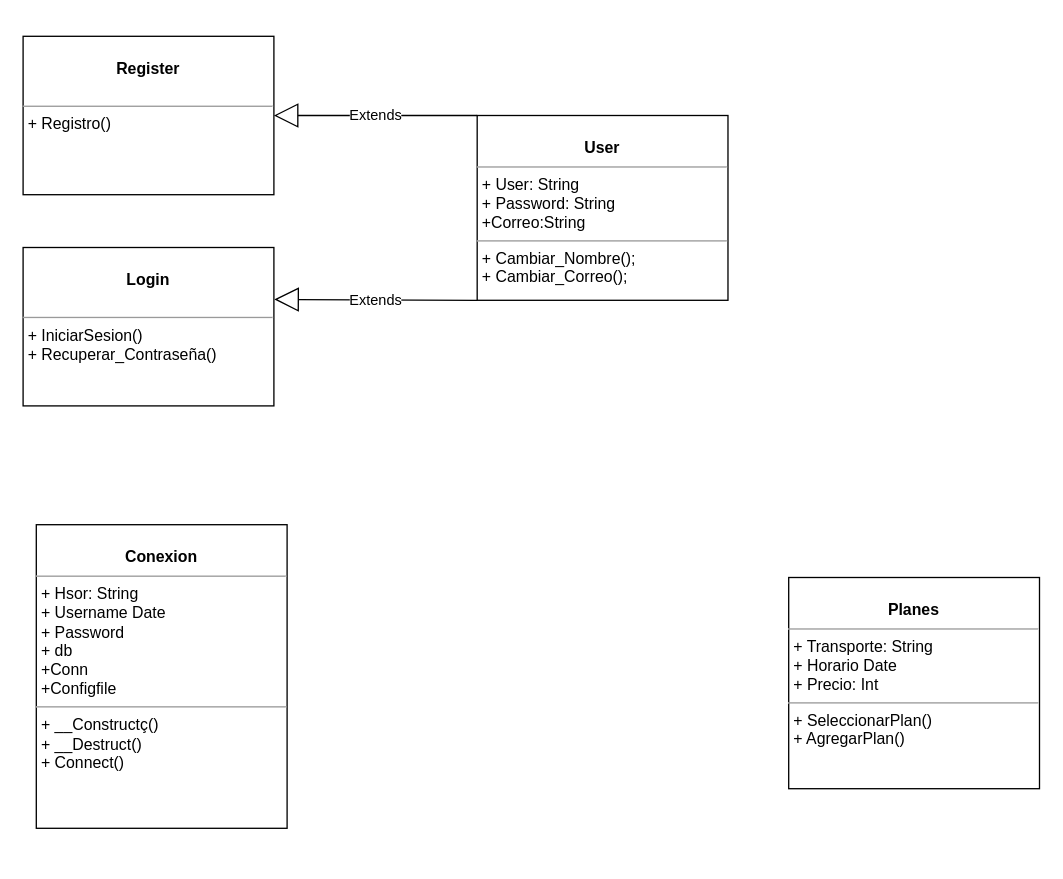
This is Documents/Diagrams/DiagramaClase.drawio from marc4919/Proyecto-Integrado, a draw.io file, before an edit. Source tidied: cells renumbered, new cells numbered last; positions are measured from the earlier drawing's top-left corner, leaving out a move shared by most shapes. Both pictures are drawn from the tidied source at 132%, with x=0, y=0 at pixel (22, 36).
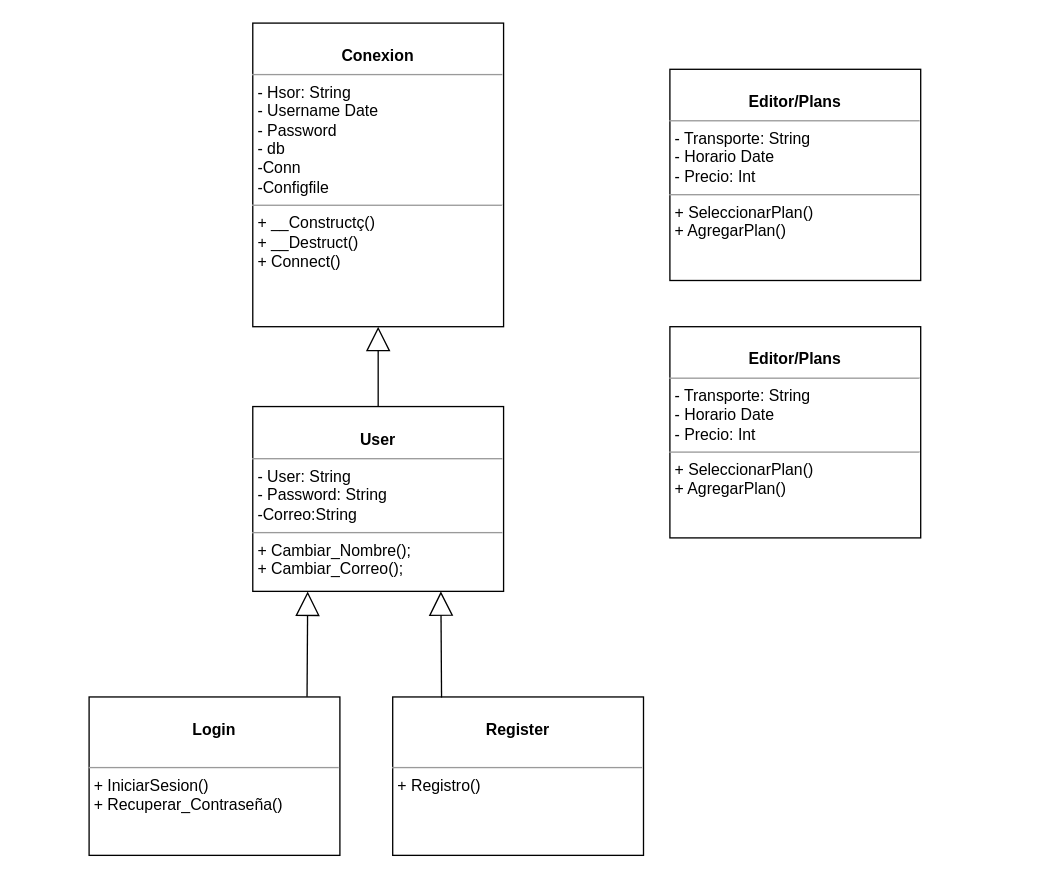
Above is the later version.

Commit message:
Cambio clase

The edit, as a diff of the source:
```diff
@@
 <mxGraphModel>
   <root>
     <mxCell id="0" />
     <mxCell id="1" parent="0" />
     <mxCell id="2" value="&lt;p style=&quot;margin: 0px ; margin-top: 4px ; text-align: center&quot;&gt;&lt;br&gt;&lt;b&gt;Login&lt;/b&gt;&lt;/p&gt;&lt;p style=&quot;margin: 0px ; margin-left: 4px&quot;&gt;&lt;br&gt;&lt;/p&gt;&lt;hr size=&quot;1&quot;&gt;&lt;p style=&quot;margin: 0px ; margin-left: 4px&quot;&gt;+ IniciarSesion()&lt;br&gt;+ Recuperar_Contraseña()&lt;/p&gt;" style="verticalAlign=top;align=left;overflow=fill;fontSize=12;fontFamily=Helvetica;html=1;" parent="1" vertex="1">
-      <mxGeometry y="160" width="190" height="120" as="geometry" />
+      <mxGeometry x="50" y="500.5" width="190" height="120" as="geometry" />
     </mxCell>
     <mxCell id="3" value="&lt;p style=&quot;margin: 0px ; margin-top: 4px ; text-align: center&quot;&gt;&lt;br&gt;&lt;b&gt;Register&lt;/b&gt;&lt;/p&gt;&lt;p style=&quot;margin: 0px ; margin-left: 4px&quot;&gt;&lt;br&gt;&lt;/p&gt;&lt;hr size=&quot;1&quot;&gt;&lt;p style=&quot;margin: 0px ; margin-left: 4px&quot;&gt;+ Registro()&lt;br&gt;&lt;/p&gt;" style="verticalAlign=top;align=left;overflow=fill;fontSize=12;fontFamily=Helvetica;html=1;" parent="1" vertex="1">
-      <mxGeometry width="190" height="120" as="geometry" />
+      <mxGeometry x="280" y="500.5" width="190" height="120" as="geometry" />
     </mxCell>
-    <mxCell id="4" value="&lt;p style=&quot;margin: 0px ; margin-top: 4px ; text-align: center&quot;&gt;&lt;br&gt;&lt;b&gt;Planes&lt;/b&gt;&lt;/p&gt;&lt;hr size=&quot;1&quot;&gt;&lt;p style=&quot;margin: 0px ; margin-left: 4px&quot;&gt;+ Transporte: String&lt;br&gt;+ Horario Date&lt;/p&gt;&lt;p style=&quot;margin: 0px ; margin-left: 4px&quot;&gt;+ Precio: Int&lt;/p&gt;&lt;hr size=&quot;1&quot;&gt;&lt;p style=&quot;margin: 0px ; margin-left: 4px&quot;&gt;+ SeleccionarPlan()&lt;br&gt;+ AgregarPlan()&amp;nbsp;&lt;/p&gt;&lt;p style=&quot;margin: 0px ; margin-left: 4px&quot;&gt;&lt;br&gt;&lt;/p&gt;" style="verticalAlign=top;align=left;overflow=fill;fontSize=12;fontFamily=Helvetica;html=1;" parent="1" vertex="1">
-      <mxGeometry x="580" y="410" width="190" height="160" as="geometry" />
-    </mxCell>
-    <mxCell id="5" value="&lt;p style=&quot;margin: 0px ; margin-top: 4px ; text-align: center&quot;&gt;&lt;br&gt;&lt;b&gt;User&lt;/b&gt;&lt;/p&gt;&lt;hr size=&quot;1&quot;&gt;&lt;p style=&quot;margin: 0px ; margin-left: 4px&quot;&gt;+ User: String&lt;br&gt;+ Password: String&lt;/p&gt;&lt;p style=&quot;margin: 0px ; margin-left: 4px&quot;&gt;+Correo:String&lt;/p&gt;&lt;hr size=&quot;1&quot;&gt;&lt;p style=&quot;margin: 0px ; margin-left: 4px&quot;&gt;+ Cambiar_Nombre();&amp;nbsp;&lt;br&gt;+ Cambiar_Correo();&lt;/p&gt;" style="verticalAlign=top;align=left;overflow=fill;fontSize=12;fontFamily=Helvetica;html=1;" parent="1" vertex="1">
-      <mxGeometry x="344" y="60" width="190" height="140" as="geometry" />
+    <mxCell id="5" value="&lt;p style=&quot;margin: 0px ; margin-top: 4px ; text-align: center&quot;&gt;&lt;br&gt;&lt;b&gt;User&lt;/b&gt;&lt;/p&gt;&lt;hr size=&quot;1&quot;&gt;&lt;p style=&quot;margin: 0px ; margin-left: 4px&quot;&gt;- User: String&lt;br&gt;- Password: String&lt;/p&gt;&lt;p style=&quot;margin: 0px ; margin-left: 4px&quot;&gt;-Correo:String&lt;/p&gt;&lt;hr size=&quot;1&quot;&gt;&lt;p style=&quot;margin: 0px ; margin-left: 4px&quot;&gt;+ Cambiar_Nombre();&amp;nbsp;&lt;br&gt;+ Cambiar_Correo();&lt;/p&gt;" style="verticalAlign=top;align=left;overflow=fill;fontSize=12;fontFamily=Helvetica;html=1;" parent="1" vertex="1">
+      <mxGeometry x="174" y="280.5" width="190" height="140" as="geometry" />
     </mxCell>
-    <mxCell id="6" value="Extends" style="endArrow=block;endSize=16;endFill=0;html=1;entryX=1;entryY=0.5;entryDx=0;entryDy=0;exitX=0;exitY=0;exitDx=0;exitDy=0;" parent="1" edge="1" source="5" target="3">
-      <mxGeometry relative="1" as="geometry" />
-    </mxCell>
-    <mxCell id="7" value="Extends" style="endArrow=block;endSize=16;endFill=0;html=1;entryX=1.002;entryY=0.328;entryDx=0;entryDy=0;entryPerimeter=0;exitX=0;exitY=1;exitDx=0;exitDy=0;" parent="1" edge="1" source="5" target="2">
-      <mxGeometry relative="1" as="geometry" />
-    </mxCell>
-    <mxCell id="8" value="&lt;p style=&quot;margin: 0px ; margin-top: 4px ; text-align: center&quot;&gt;&lt;br&gt;&lt;b&gt;Conexion&lt;/b&gt;&lt;/p&gt;&lt;hr size=&quot;1&quot;&gt;&lt;p style=&quot;margin: 0px ; margin-left: 4px&quot;&gt;+ Hsor: String&lt;br&gt;+ Username Date&lt;/p&gt;&lt;p style=&quot;margin: 0px ; margin-left: 4px&quot;&gt;+ Password&lt;/p&gt;&lt;p style=&quot;margin: 0px ; margin-left: 4px&quot;&gt;+ db&lt;/p&gt;&lt;p style=&quot;margin: 0px ; margin-left: 4px&quot;&gt;+Conn&lt;/p&gt;&lt;p style=&quot;margin: 0px ; margin-left: 4px&quot;&gt;+Configfile&lt;/p&gt;&lt;hr size=&quot;1&quot;&gt;&lt;p style=&quot;margin: 0px ; margin-left: 4px&quot;&gt;+ __Constructç()&lt;br&gt;+ __Destruct()&lt;/p&gt;&lt;p style=&quot;margin: 0px ; margin-left: 4px&quot;&gt;+ Connect()&lt;/p&gt;&lt;p style=&quot;margin: 0px ; margin-left: 4px&quot;&gt;&lt;br&gt;&lt;/p&gt;" style="verticalAlign=top;align=left;overflow=fill;fontSize=12;fontFamily=Helvetica;html=1;" parent="1" vertex="1">
-      <mxGeometry x="10" y="370" width="190" height="230" as="geometry" />
+    <mxCell id="8" value="&lt;p style=&quot;margin: 0px ; margin-top: 4px ; text-align: center&quot;&gt;&lt;br&gt;&lt;b&gt;Conexion&lt;/b&gt;&lt;/p&gt;&lt;hr size=&quot;1&quot;&gt;&lt;p style=&quot;margin: 0px ; margin-left: 4px&quot;&gt;- Hsor: String&lt;br&gt;- Username Date&lt;/p&gt;&lt;p style=&quot;margin: 0px ; margin-left: 4px&quot;&gt;- Password&lt;/p&gt;&lt;p style=&quot;margin: 0px ; margin-left: 4px&quot;&gt;- db&lt;/p&gt;&lt;p style=&quot;margin: 0px ; margin-left: 4px&quot;&gt;-Conn&lt;/p&gt;&lt;p style=&quot;margin: 0px ; margin-left: 4px&quot;&gt;-Configfile&lt;/p&gt;&lt;hr size=&quot;1&quot;&gt;&lt;p style=&quot;margin: 0px ; margin-left: 4px&quot;&gt;+ __Constructç()&lt;br&gt;+ __Destruct()&lt;/p&gt;&lt;p style=&quot;margin: 0px ; margin-left: 4px&quot;&gt;+ Connect()&lt;/p&gt;&lt;p style=&quot;margin: 0px ; margin-left: 4px&quot;&gt;&lt;br&gt;&lt;/p&gt;" style="verticalAlign=top;align=left;overflow=fill;fontSize=12;fontFamily=Helvetica;html=1;" parent="1" vertex="1">
+      <mxGeometry x="174" y="-10" width="190" height="230" as="geometry" />
     </mxCell>
+    <mxCell id="9" style="endArrow=block;endSize=16;endFill=0;html=1;exitX=0.5;exitY=0;exitDx=0;exitDy=0;entryX=0.5;entryY=1;entryDx=0;entryDy=0;" parent="1" edge="1" source="5" target="8">
+      <mxGeometry relative="1" as="geometry" />
+    </mxCell>
+    <mxCell id="10" value="&lt;p style=&quot;margin: 0px ; margin-top: 4px ; text-align: center&quot;&gt;&lt;br&gt;&lt;b&gt;Editor/Plans&lt;/b&gt;&lt;/p&gt;&lt;hr size=&quot;1&quot;&gt;&lt;p style=&quot;margin: 0px ; margin-left: 4px&quot;&gt;- Transporte: String&lt;br&gt;- Horario Date&lt;/p&gt;&lt;p style=&quot;margin: 0px ; margin-left: 4px&quot;&gt;- Precio: Int&lt;/p&gt;&lt;hr size=&quot;1&quot;&gt;&lt;p style=&quot;margin: 0px ; margin-left: 4px&quot;&gt;+ SeleccionarPlan()&lt;br&gt;+ AgregarPlan()&amp;nbsp;&lt;/p&gt;&lt;p style=&quot;margin: 0px ; margin-left: 4px&quot;&gt;&lt;br&gt;&lt;/p&gt;" style="verticalAlign=top;align=left;overflow=fill;fontSize=12;fontFamily=Helvetica;html=1;" parent="1" vertex="1">
+      <mxGeometry x="490" y="25" width="190" height="160" as="geometry" />
+    </mxCell>
+    <mxCell id="11" style="endArrow=block;endSize=16;endFill=0;html=1;exitX=0.869;exitY=-0.002;exitDx=0;exitDy=0;exitPerimeter=0;entryX=0.219;entryY=1.001;entryDx=0;entryDy=0;entryPerimeter=0;" parent="1" edge="1" source="2" target="5">
+      <mxGeometry x="0.01" y="15" relative="1" as="geometry" />
+    </mxCell>
+    <mxCell id="12" style="endArrow=block;endSize=16;endFill=0;html=1;entryX=0.75;entryY=1;entryDx=0;entryDy=0;" parent="1" edge="1" target="5">
+      <mxGeometry relative="1" as="geometry">
+        <mxPoint x="317" y="501" as="sourcePoint" />
+      </mxGeometry>
+    </mxCell>
+    <mxCell id="13" value="&lt;p style=&quot;margin: 0px ; margin-top: 4px ; text-align: center&quot;&gt;&lt;br&gt;&lt;b&gt;Editor/Plans&lt;/b&gt;&lt;/p&gt;&lt;hr size=&quot;1&quot;&gt;&lt;p style=&quot;margin: 0px ; margin-left: 4px&quot;&gt;- Transporte: String&lt;br&gt;- Horario Date&lt;/p&gt;&lt;p style=&quot;margin: 0px ; margin-left: 4px&quot;&gt;- Precio: Int&lt;/p&gt;&lt;hr size=&quot;1&quot;&gt;&lt;p style=&quot;margin: 0px ; margin-left: 4px&quot;&gt;+ SeleccionarPlan()&lt;br&gt;+ AgregarPlan()&amp;nbsp;&lt;/p&gt;&lt;p style=&quot;margin: 0px ; margin-left: 4px&quot;&gt;&lt;br&gt;&lt;/p&gt;" style="verticalAlign=top;align=left;overflow=fill;fontSize=12;fontFamily=Helvetica;html=1;" parent="1" vertex="1">
+      <mxGeometry x="490" y="220" width="190" height="160" as="geometry" />
+    </mxCell>
   </root>
 </mxGraphModel>
```
